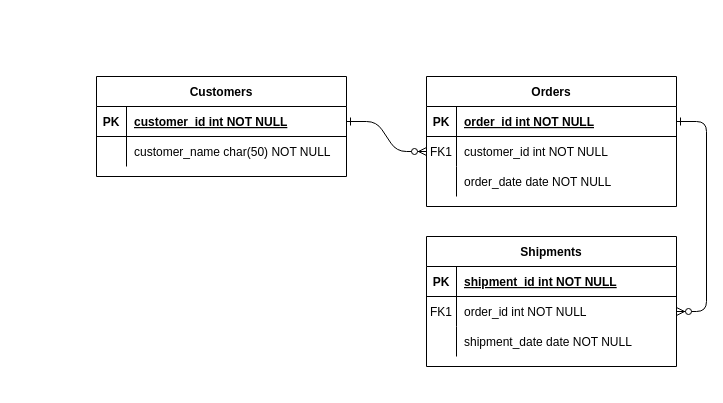
Earlier version of the draw.io diagram Untitled Diagram.drawio (MauricioSamboniSarria/Mision-TIC-GRUPO-10-C2). Source tidied: cells renumbered, new cells numbered last; positions are measured from the earlier drawing's top-left corner, leaving out a move shared by most shapes. Both pictures are drawn from the tidied source at 100%, with x=0, y=0 at pixel (96, 76).
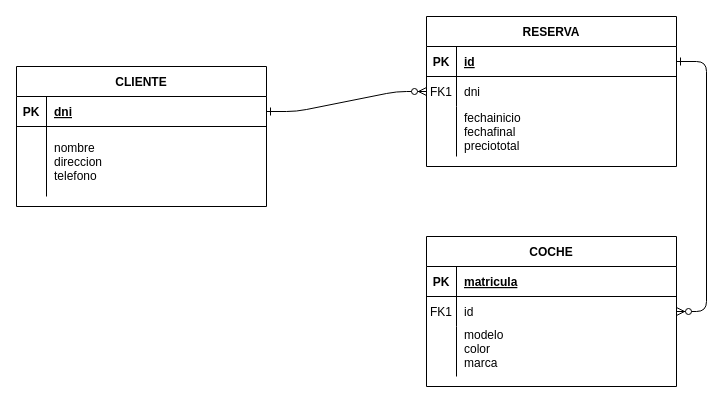
The same diagram, later.

The change refers to these unchanged cells:
```xml
<mxCell id="5" style="shape=partialRectangle;fillColor=none;points=[[0,0.5],[1,0.5]];portConstraint=eastwest;top=0;left=0;right=0;bottom=1;" parent="4" vertex="1">
  <mxGeometry y="30" width="250" height="30" as="geometry" />
</mxCell>
<mxCell id="8" style="shape=partialRectangle;fillColor=none;points=[[0,0.5],[1,0.5]];portConstraint=eastwest;top=0;left=0;right=0;bottom=0;" parent="4" vertex="1">
  <mxGeometry y="60" width="250" height="30" as="geometry" />
</mxCell>
<mxCell id="15" style="shape=partialRectangle;fillColor=none;top=0;left=0;right=0;bottom=1;" parent="14" vertex="1">
  <mxGeometry y="30" width="250" height="30" as="geometry" />
</mxCell>
<mxCell id="18" style="shape=partialRectangle;fillColor=none;points=[[0,0.5],[1,0.5]];portConstraint=eastwest;top=0;left=0;right=0;bottom=0;" parent="14" vertex="1">
  <mxGeometry y="60" width="250" height="30" as="geometry" />
</mxCell>
<mxCell id="25" style="shape=partialRectangle;fillColor=none;points=[[0,0.5],[1,0.5]];portConstraint=eastwest;top=0;left=0;right=0;bottom=1;" parent="24" vertex="1">
  <mxGeometry y="30" width="250" height="30" as="geometry" />
</mxCell>
```

The edit, as a diff of the source:
```diff
@@
-    <mxCell id="4" value="Orders" style="shape=table;startSize=30;childLayout=tableLayout;rowLines=0;fontStyle=1;align=center;" parent="1" vertex="1">
-      <mxGeometry x="330" width="250" height="130" as="geometry" />
+    <mxCell id="4" value="RESERVA" style="shape=table;startSize=30;childLayout=tableLayout;rowLines=0;fontStyle=1;align=center;" parent="1" vertex="1">
+      <mxGeometry x="330" y="-60" width="250" height="150" as="geometry" />
     </mxCell>
@@
-    <mxCell id="7" value="order_id int NOT NULL " style="shape=partialRectangle;overflow=hidden;fillColor=none;top=0;left=0;bottom=0;right=0;align=left;spacingLeft=6;fontStyle=5;" parent="5" vertex="1">
+    <mxCell id="7" value="id" style="shape=partialRectangle;overflow=hidden;fillColor=none;top=0;left=0;bottom=0;right=0;align=left;spacingLeft=6;fontStyle=5;" parent="5" vertex="1">
       <mxGeometry x="30" width="220" height="30" as="geometry" />
     </mxCell>
@@
-    <mxCell id="10" value="customer_id int NOT NULL" style="shape=partialRectangle;overflow=hidden;fillColor=none;top=0;left=0;bottom=0;right=0;align=left;spacingLeft=6;" parent="8" vertex="1">
+    <mxCell id="10" value="dni" style="shape=partialRectangle;overflow=hidden;fillColor=none;top=0;left=0;bottom=0;right=0;align=left;spacingLeft=6;" parent="8" vertex="1">
       <mxGeometry x="30" width="220" height="30" as="geometry" />
     </mxCell>
     <mxCell id="11" style="shape=partialRectangle;fillColor=none;top=0;left=0;right=0;bottom=0;" parent="4" vertex="1">
-      <mxGeometry y="90" width="250" height="30" as="geometry" />
+      <mxGeometry y="90" width="250" height="50" as="geometry" />
     </mxCell>
     <mxCell id="12" style="shape=partialRectangle;overflow=hidden;fillColor=none;top=0;left=0;bottom=0;right=0;" parent="11" vertex="1">
-      <mxGeometry width="30" height="30" as="geometry" />
+      <mxGeometry width="30" height="50" as="geometry" />
     </mxCell>
-    <mxCell id="13" value="order_date date NOT NULL" style="shape=partialRectangle;overflow=hidden;fillColor=none;top=0;left=0;bottom=0;right=0;align=left;spacingLeft=6;" parent="11" vertex="1">
-      <mxGeometry x="30" width="220" height="30" as="geometry" />
+    <mxCell id="13" value="fechainicio&#10;fechafinal&#10;preciototal" style="shape=partialRectangle;overflow=hidden;fillColor=none;top=0;left=0;bottom=0;right=0;align=left;spacingLeft=6;" parent="11" vertex="1">
+      <mxGeometry x="30" width="220" height="50" as="geometry" />
     </mxCell>
-    <mxCell id="14" value="Shipments" style="shape=table;startSize=30;childLayout=tableLayout;rowLines=0;fontStyle=1;align=center;" parent="1" vertex="1">
-      <mxGeometry x="330" y="160" width="250" height="130" as="geometry" />
+    <mxCell id="14" value="COCHE" style="shape=table;startSize=30;childLayout=tableLayout;rowLines=0;fontStyle=1;align=center;" parent="1" vertex="1">
+      <mxGeometry x="330" y="160" width="250" height="150" as="geometry" />
     </mxCell>
@@
-    <mxCell id="17" value="shipment_id int NOT NULL " style="shape=partialRectangle;overflow=hidden;fillColor=none;top=0;left=0;bottom=0;right=0;align=left;spacingLeft=6;fontStyle=5;" parent="15" vertex="1">
+    <mxCell id="17" value="matricula" style="shape=partialRectangle;overflow=hidden;fillColor=none;top=0;left=0;bottom=0;right=0;align=left;spacingLeft=6;fontStyle=5;" parent="15" vertex="1">
       <mxGeometry x="30" width="220" height="30" as="geometry" />
     </mxCell>
@@
-    <mxCell id="20" value="order_id int NOT NULL" style="shape=partialRectangle;overflow=hidden;fillColor=none;top=0;left=0;bottom=0;right=0;align=left;spacingLeft=6;" parent="18" vertex="1">
+    <mxCell id="20" value="id" style="shape=partialRectangle;overflow=hidden;fillColor=none;top=0;left=0;bottom=0;right=0;align=left;spacingLeft=6;" parent="18" vertex="1">
       <mxGeometry x="30" width="220" height="30" as="geometry" />
     </mxCell>
     <mxCell id="21" style="shape=partialRectangle;fillColor=none;top=0;left=0;right=0;bottom=0;" parent="14" vertex="1">
-      <mxGeometry y="90" width="250" height="30" as="geometry" />
+      <mxGeometry y="90" width="250" height="50" as="geometry" />
     </mxCell>
     <mxCell id="22" style="shape=partialRectangle;overflow=hidden;fillColor=none;top=0;left=0;bottom=0;right=0;" parent="21" vertex="1">
-      <mxGeometry width="30" height="30" as="geometry" />
+      <mxGeometry width="30" height="50" as="geometry" />
     </mxCell>
-    <mxCell id="23" value="shipment_date date NOT NULL" style="shape=partialRectangle;overflow=hidden;fillColor=none;top=0;left=0;bottom=0;right=0;align=left;spacingLeft=6;" parent="21" vertex="1">
-      <mxGeometry x="30" width="220" height="30" as="geometry" />
+    <mxCell id="23" value="modelo&#10;color&#10;marca&#10;" style="shape=partialRectangle;overflow=hidden;fillColor=none;top=0;left=0;bottom=0;right=0;align=left;spacingLeft=6;" parent="21" vertex="1">
+      <mxGeometry x="30" width="220" height="50" as="geometry" />
     </mxCell>
-    <mxCell id="24" value="Customers" style="shape=table;startSize=30;childLayout=tableLayout;rowLines=0;fontStyle=1;align=center;" parent="1" vertex="1">
-      <mxGeometry width="250" height="100" as="geometry" />
+    <mxCell id="24" value="CLIENTE" style="shape=table;startSize=30;childLayout=tableLayout;rowLines=0;fontStyle=1;align=center;" parent="1" vertex="1">
+      <mxGeometry x="-80" y="-10" width="250" height="140" as="geometry" />
     </mxCell>
@@
-    <mxCell id="27" value="customer_id int NOT NULL " style="shape=partialRectangle;overflow=hidden;fillColor=none;top=0;left=0;bottom=0;right=0;align=left;spacingLeft=6;fontStyle=5;" parent="25" vertex="1">
+    <mxCell id="27" value="dni" style="shape=partialRectangle;overflow=hidden;fillColor=none;top=0;left=0;bottom=0;right=0;align=left;spacingLeft=6;fontStyle=5;" parent="25" vertex="1">
       <mxGeometry x="30" width="220" height="30" as="geometry" />
     </mxCell>
     <mxCell id="28" style="shape=partialRectangle;fillColor=none;top=0;left=0;right=0;bottom=0;" parent="24" vertex="1">
-      <mxGeometry y="60" width="250" height="30" as="geometry" />
+      <mxGeometry y="60" width="250" height="70" as="geometry" />
     </mxCell>
     <mxCell id="29" style="shape=partialRectangle;overflow=hidden;fillColor=none;top=0;left=0;bottom=0;right=0;" parent="28" vertex="1">
-      <mxGeometry width="30" height="30" as="geometry" />
+      <mxGeometry width="30" height="70" as="geometry" />
     </mxCell>
-    <mxCell id="30" value="customer_name char(50) NOT NULL" style="shape=partialRectangle;overflow=hidden;fillColor=none;top=0;left=0;bottom=0;right=0;align=left;spacingLeft=6;" parent="28" vertex="1">
-      <mxGeometry x="30" width="220" height="30" as="geometry" />
+    <mxCell id="30" value="nombre&#10;direccion&#10;telefono" style="shape=partialRectangle;overflow=hidden;fillColor=none;top=0;left=0;bottom=0;right=0;align=left;spacingLeft=6;" parent="28" vertex="1">
+      <mxGeometry x="30" width="220" height="70" as="geometry" />
     </mxCell>
```
